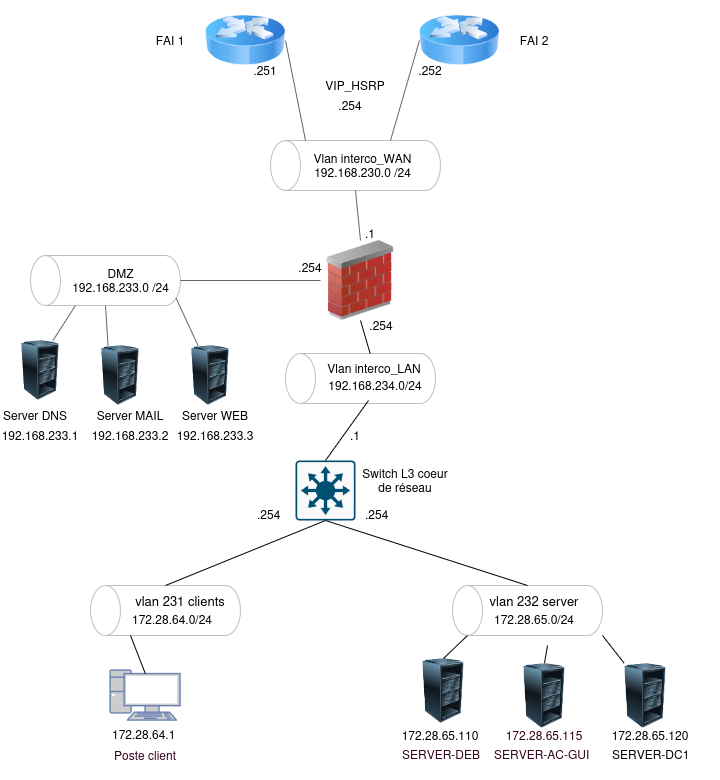
Earlier version of the draw.io export docs/annexes/schéma_logique2.drawio.png (Dian3410/Documentation-SporLudique-Tours). Source tidied: cells renumbered, new cells last; positions are measured from the earlier drawing's top-left corner, leaving out a move shared by most shapes.
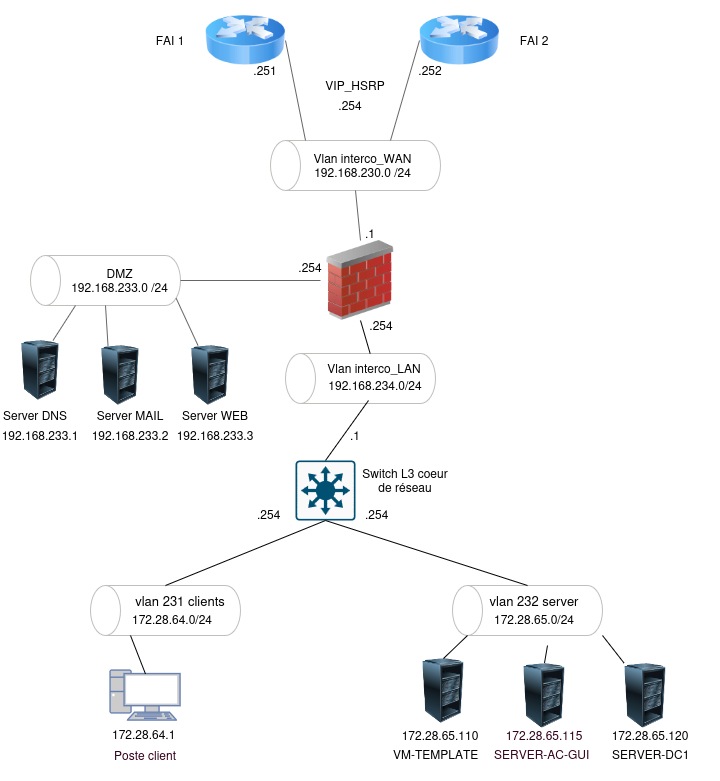
Later version of the same file.

What changed in the source:
```diff
@@ -26,8 +26,8 @@
     <mxCell id="9" value="&lt;font style=&quot;font-size: 13px;&quot;&gt;vlan 232 server&lt;/font&gt;" style="text;html=1;whiteSpace=wrap;strokeColor=none;fillColor=none;align=center;verticalAlign=middle;rounded=0;" parent="1" vertex="1">
       <mxGeometry x="484" y="580" width="100" height="40" as="geometry" />
     </mxCell>
-    <mxCell id="10" value="&lt;span style=&quot;color: light-dark(rgb(51, 0, 26), rgb(237, 237, 237));&quot;&gt;SERVER-DEB&lt;/span&gt;" style="text;whiteSpace=wrap;html=1;" parent="1" vertex="1">
-      <mxGeometry x="400" y="740" width="110" height="30" as="geometry" />
+    <mxCell id="10" value="VM-TEMPLATE" style="text;whiteSpace=wrap;html=1;" parent="1" vertex="1">
+      <mxGeometry x="391" y="740" width="110" height="30" as="geometry" />
     </mxCell>
     <mxCell id="11" value="&lt;span style=&quot;color: light-dark(rgb(1, 0, 0), rgb(237, 237, 237));&quot;&gt;172.28.65.110&lt;/span&gt;" style="text;html=1;whiteSpace=wrap;strokeColor=none;fillColor=none;align=center;verticalAlign=middle;rounded=0;" parent="1" vertex="1">
       <mxGeometry x="400" y="720" width="80" height="30" as="geometry" />
```
